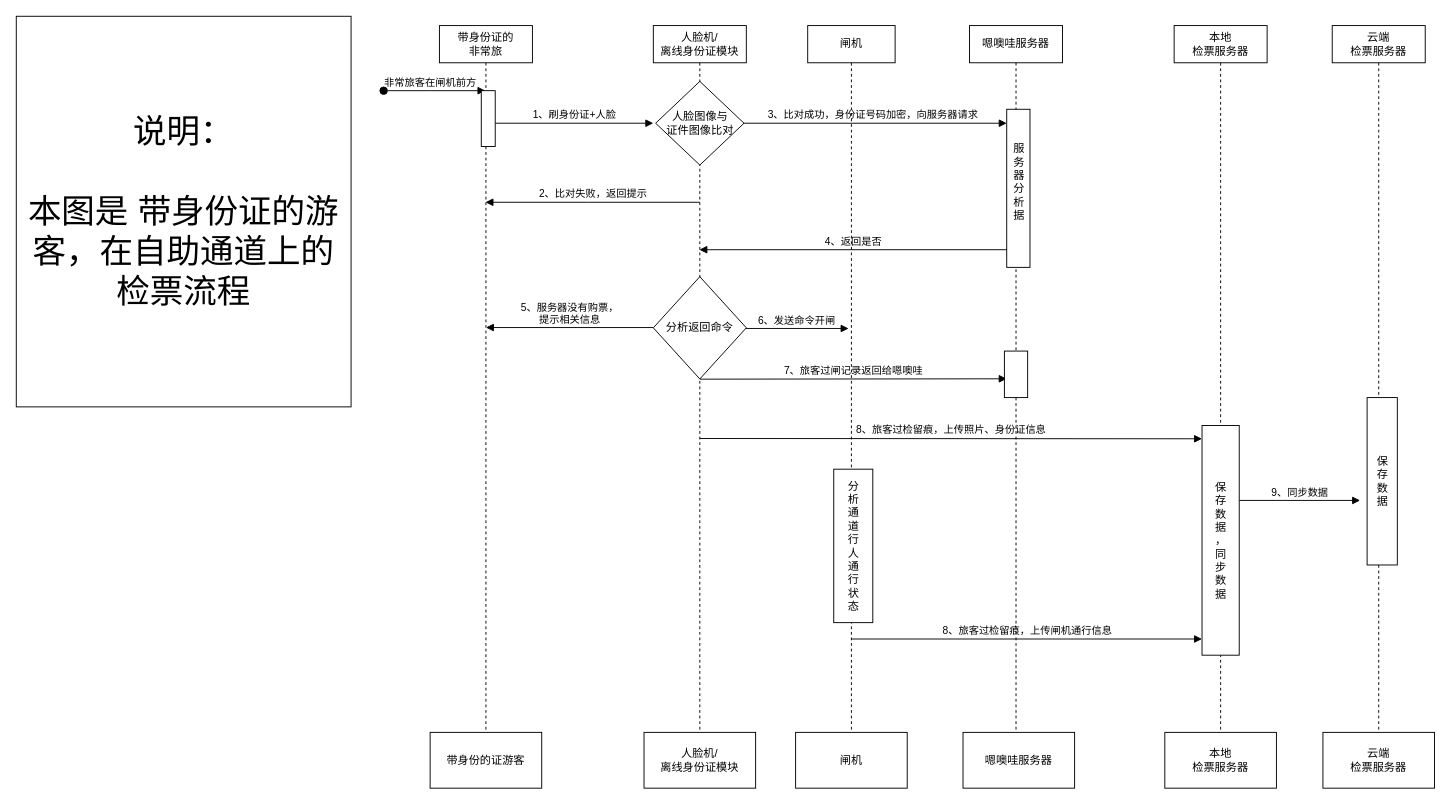
Above: 带身份证游客--自助通道.drawio in liucg63/- (draw.io), before the change. Source tidied: cells renumbered, new cells numbered last; positions are measured from the earlier drawing's top-left corner, leaving out a move shared by most shapes. Both pictures are drawn from the tidied source at 93%, with x=0, y=0 at pixel (16, 16).
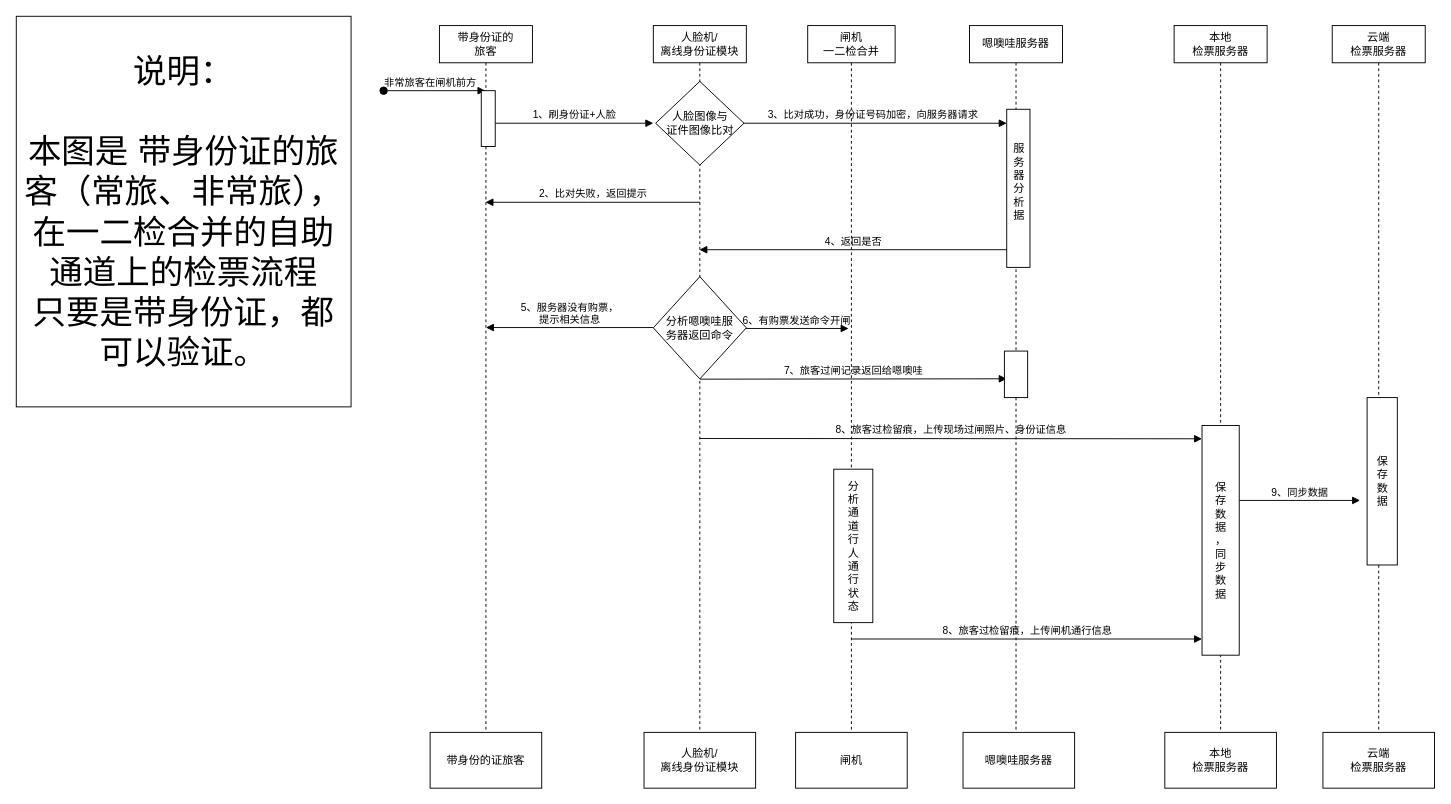
Above is the later version.

Commit message (it also covers changes not shown here):
更新带身份证游客--自助通道.drawio

Unchanged cells that the change refers to:
```xml
<mxCell id="12" style="group;" parent="1" vertex="1">
  <mxGeometry x="445" y="10" width="120" height="820" as="geometry" />
</mxCell>
<mxCell id="20" style="group;" parent="1" vertex="1">
  <mxGeometry x="838" y="10" width="120" height="820" as="geometry" />
</mxCell>
```

Diff of the diagram source:
```diff
@@
-    <mxCell id="8" value="6、发送命令开闸" style="html=1;verticalAlign=bottom;endArrow=block;edgeStyle=elbowEdgeStyle;elbow=vertical;curved=0;rounded=0;labelBackgroundColor=none;fontColor=default;" parent="1" edge="1">
+    <mxCell id="8" value="6、有购票发送命令开闸" style="html=1;verticalAlign=bottom;endArrow=block;edgeStyle=elbowEdgeStyle;elbow=vertical;curved=0;rounded=0;labelBackgroundColor=none;fontColor=default;" parent="1" edge="1">
       <mxGeometry relative="1" as="geometry">
         <mxPoint x="782.5" y="335.7" as="sourcePoint" />
         <mxPoint x="895" y="336" as="targetPoint" />
         <Array as="points">
           <mxPoint x="782.5" y="335.7" />
           <mxPoint x="837.5" y="325.4" />
         </Array>
       </mxGeometry>
     </mxCell>
-    <mxCell id="9" value="8、旅客过检留痕，上传照片、身份证信息" style="html=1;verticalAlign=bottom;endArrow=block;edgeStyle=elbowEdgeStyle;elbow=vertical;curved=0;rounded=0;labelBackgroundColor=none;fontColor=default;" parent="1" edge="1">
+    <mxCell id="9" value="8、旅客过检留痕，上传现场过闸照片、身份证信息" style="html=1;verticalAlign=bottom;endArrow=block;edgeStyle=elbowEdgeStyle;elbow=vertical;curved=0;rounded=0;labelBackgroundColor=none;fontColor=default;" parent="1" edge="1">
       <mxGeometry relative="1" as="geometry">
         <mxPoint x="735" y="454" as="sourcePoint" />
         <mxPoint x="1275" y="454" as="targetPoint" />
         <Array as="points">
           <mxPoint x="1025" y="454.3" />
           <mxPoint x="790" y="443.7" />
         </Array>
       </mxGeometry>
     </mxCell>
@@
-    <mxCell id="13" value="带身份证的&lt;div&gt;非常旅&lt;/div&gt;" style="shape=umlLifeline;perimeter=lifelinePerimeter;whiteSpace=wrap;html=1;outlineConnect=0;portConstraint=eastwest;newEdgeStyle={&quot;edgeStyle&quot;:&quot;elbowEdgeStyle&quot;,&quot;elbow&quot;:&quot;vertical&quot;,&quot;curved&quot;:0,&quot;rounded&quot;:0};labelBackgroundColor=none;" parent="12" vertex="1">
+    <mxCell id="13" value="带身份证的&lt;div&gt;旅客&lt;/div&gt;" style="shape=umlLifeline;perimeter=lifelinePerimeter;whiteSpace=wrap;html=1;outlineConnect=0;portConstraint=eastwest;newEdgeStyle={&quot;edgeStyle&quot;:&quot;elbowEdgeStyle&quot;,&quot;elbow&quot;:&quot;vertical&quot;,&quot;curved&quot;:0,&quot;rounded&quot;:0};labelBackgroundColor=none;" parent="12" vertex="1">
       <mxGeometry x="10" width="100" height="760" as="geometry" />
     </mxCell>
@@
-    <mxCell id="15" value="带身份的证游客" style="rounded=0;whiteSpace=wrap;html=1;" parent="12" vertex="1">
+    <mxCell id="15" value="带身份的证旅客" style="rounded=0;whiteSpace=wrap;html=1;" parent="12" vertex="1">
       <mxGeometry y="760" width="120" height="60" as="geometry" />
     </mxCell>
@@
-    <mxCell id="21" value="闸机" style="shape=umlLifeline;perimeter=lifelinePerimeter;whiteSpace=wrap;html=1;newEdgeStyle={&quot;edgeStyle&quot;:&quot;elbowEdgeStyle&quot;,&quot;elbow&quot;:&quot;vertical&quot;,&quot;curved&quot;:0,&quot;rounded&quot;:0};labelBackgroundColor=none;" parent="20" vertex="1">
+    <mxCell id="21" value="闸机&lt;div&gt;一二检合并&lt;/div&gt;" style="shape=umlLifeline;perimeter=lifelinePerimeter;whiteSpace=wrap;html=1;newEdgeStyle={&quot;edgeStyle&quot;:&quot;elbowEdgeStyle&quot;,&quot;elbow&quot;:&quot;vertical&quot;,&quot;curved&quot;:0,&quot;rounded&quot;:0};labelBackgroundColor=none;" parent="20" vertex="1">
       <mxGeometry x="13" width="94" height="760" as="geometry" />
     </mxCell>
@@
-    <mxCell id="38" value="分析返回命令" style="rhombus;whiteSpace=wrap;html=1;" parent="1" vertex="1">
+    <mxCell id="38" value="分析嗯噢哇服&lt;div&gt;务器返回命令&lt;/div&gt;" style="rhombus;whiteSpace=wrap;html=1;" parent="1" vertex="1">
       <mxGeometry x="685" y="280" width="100" height="110" as="geometry" />
     </mxCell>
-    <mxCell id="39" value="&lt;font style=&quot;font-size: 36px;&quot;&gt;说明：&lt;/font&gt;&lt;div&gt;&lt;span style=&quot;font-size: 36px;&quot;&gt;&lt;br&gt;&lt;/span&gt;&lt;div&gt;&lt;font style=&quot;font-size: 36px;&quot;&gt;本图是 带身份证的游客，在自助通道上的检票流程&lt;/font&gt;&lt;/div&gt;&lt;/div&gt;" style="rounded=0;whiteSpace=wrap;html=1;" parent="1" vertex="1">
+    <mxCell id="39" value="&lt;font style=&quot;font-size: 36px;&quot;&gt;说明：&lt;/font&gt;&lt;div&gt;&lt;span style=&quot;font-size: 36px;&quot;&gt;&lt;br&gt;&lt;/span&gt;&lt;div&gt;&lt;font style=&quot;font-size: 36px;&quot;&gt;本图是 带身份证的旅客（常旅、非常旅），在一二检合并的自助通道上的检票流程&lt;/font&gt;&lt;/div&gt;&lt;/div&gt;&lt;div&gt;&lt;font style=&quot;font-size: 36px;&quot;&gt;只要是带身份证，都可以验证。&lt;/font&gt;&lt;/div&gt;" style="rounded=0;whiteSpace=wrap;html=1;" parent="1" vertex="1">
       <mxGeometry width="360" height="420" as="geometry" />
     </mxCell>
```
